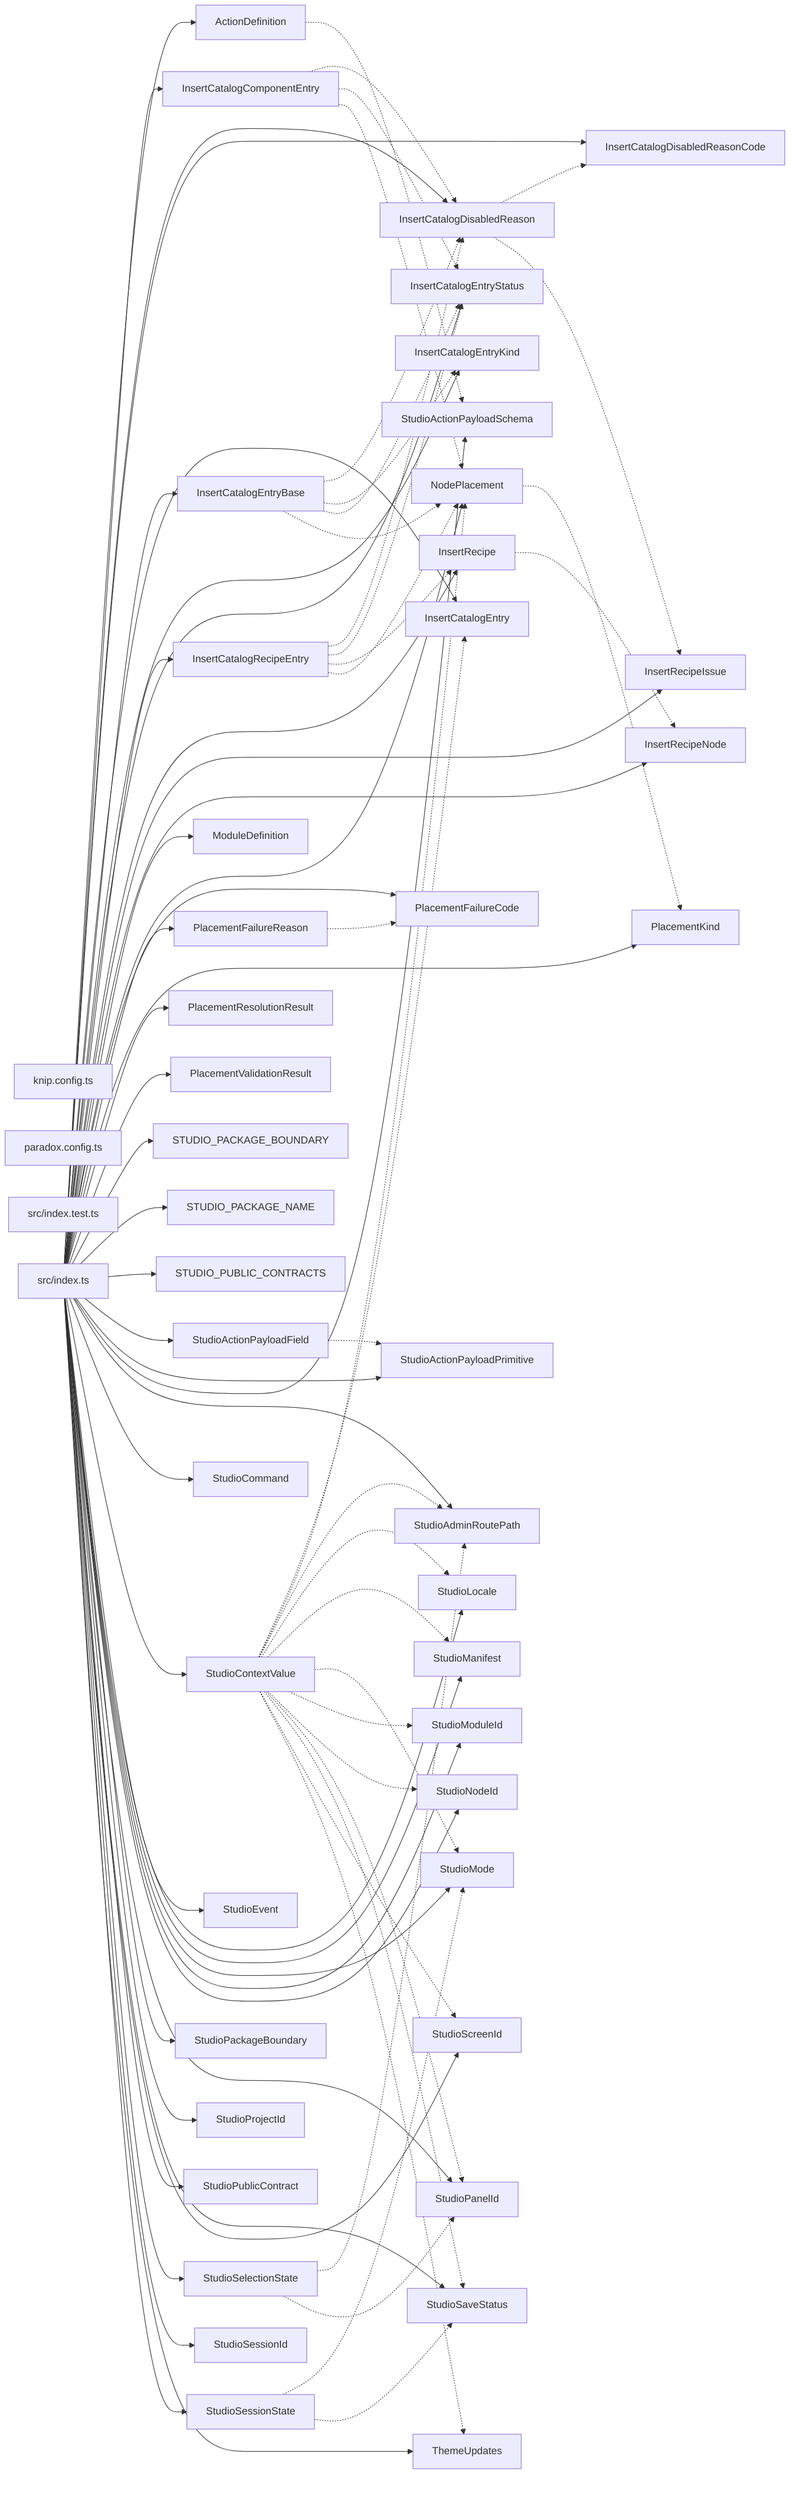
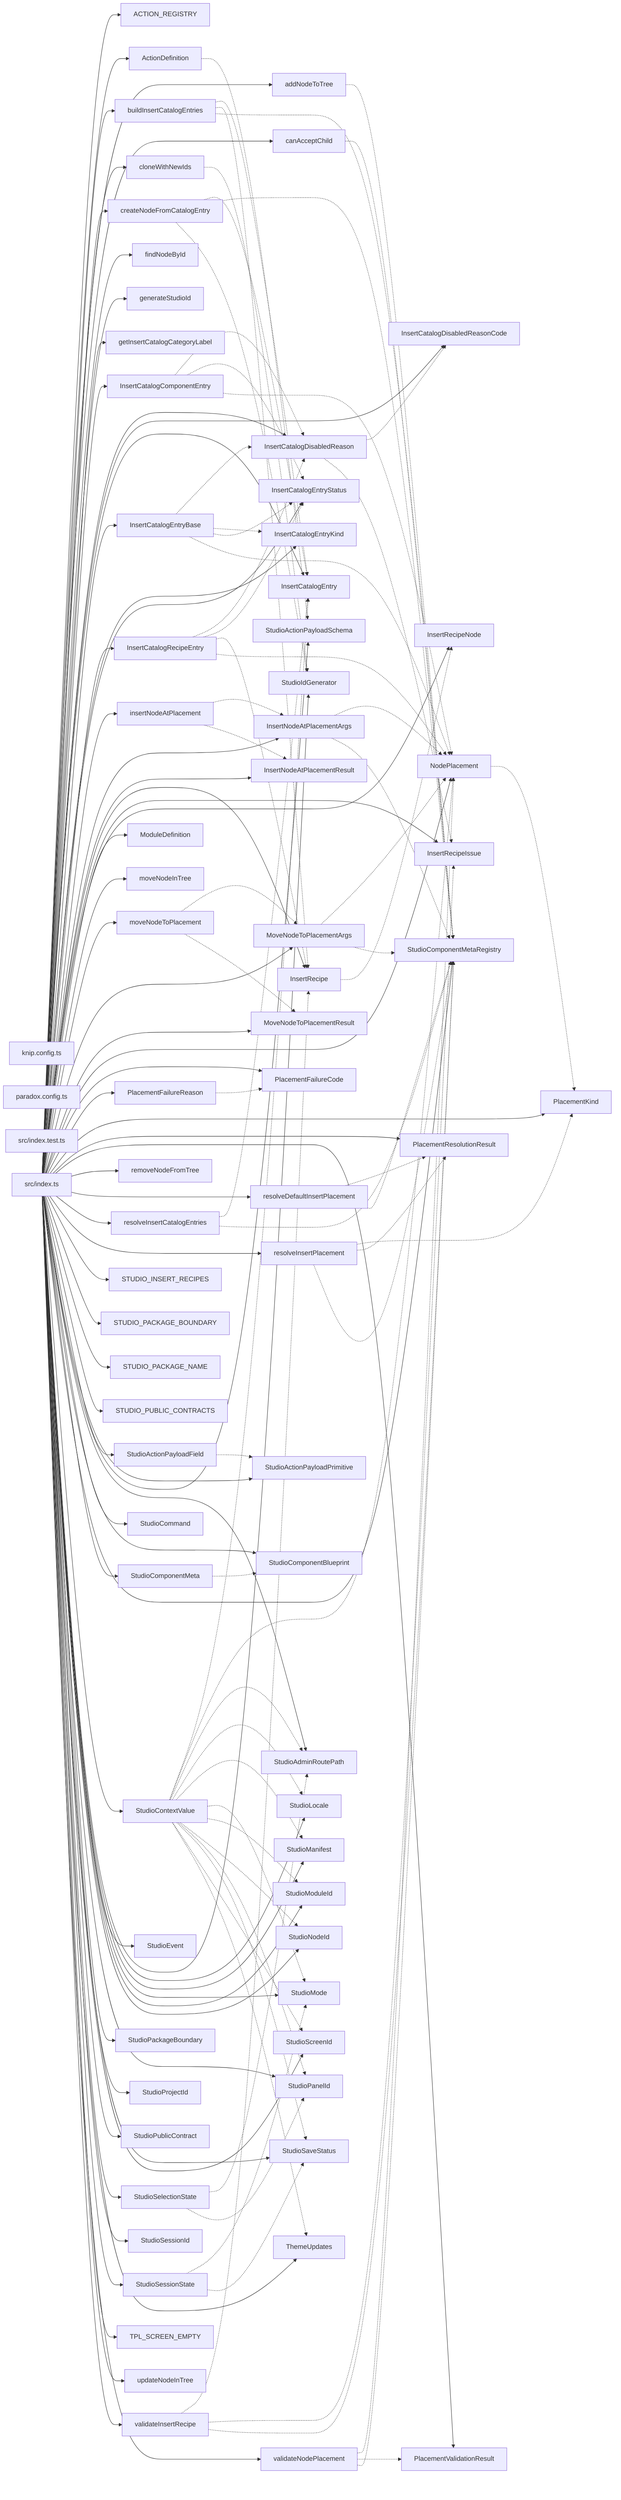
graph LR
  module_knip_config_ts["knip.config.ts"]
  module_paradox_config_ts["paradox.config.ts"]
  module_src_index_test_ts["src/index.test.ts"]
  module_src_index_ts["src/index.ts"]
+   export_ACTION_REGISTRY["ACTION_REGISTRY"]
+   module_src_index_ts --> export_ACTION_REGISTRY
  export_ActionDefinition["ActionDefinition"]
  module_src_index_ts --> export_ActionDefinition
  export_ActionDefinition -.-> export_StudioActionPayloadSchema
+   export_addNodeToTree["addNodeToTree"]
+   module_src_index_ts --> export_addNodeToTree
+   export_addNodeToTree -.-> export_StudioComponentMetaRegistry
+   export_buildInsertCatalogEntries["buildInsertCatalogEntries"]
+   module_src_index_ts --> export_buildInsertCatalogEntries
+   export_buildInsertCatalogEntries -.-> export_InsertCatalogEntry
+   export_buildInsertCatalogEntries -.-> export_InsertRecipe
+   export_buildInsertCatalogEntries -.-> export_StudioComponentMetaRegistry
+   export_canAcceptChild["canAcceptChild"]
+   module_src_index_ts --> export_canAcceptChild
+   export_canAcceptChild -.-> export_StudioComponentMetaRegistry
+   export_cloneWithNewIds["cloneWithNewIds"]
+   module_src_index_ts --> export_cloneWithNewIds
+   export_cloneWithNewIds -.-> export_StudioIdGenerator
+   export_createNodeFromCatalogEntry["createNodeFromCatalogEntry"]
+   module_src_index_ts --> export_createNodeFromCatalogEntry
+   export_createNodeFromCatalogEntry -.-> export_InsertCatalogEntry
+   export_createNodeFromCatalogEntry -.-> export_StudioComponentMetaRegistry
+   export_createNodeFromCatalogEntry -.-> export_StudioIdGenerator
+   export_findNodeById["findNodeById"]
+   module_src_index_ts --> export_findNodeById
+   export_generateStudioId["generateStudioId"]
+   module_src_index_ts --> export_generateStudioId
+   export_getInsertCatalogCategoryLabel["getInsertCatalogCategoryLabel"]
+   module_src_index_ts --> export_getInsertCatalogCategoryLabel
  export_InsertCatalogComponentEntry["InsertCatalogComponentEntry"]
  module_src_index_ts --> export_InsertCatalogComponentEntry
  export_InsertCatalogComponentEntry -.-> export_InsertCatalogDisabledReason
  export_InsertCatalogComponentEntry -.-> export_InsertCatalogEntryStatus
  export_InsertCatalogComponentEntry -.-> export_NodePlacement
  export_InsertCatalogDisabledReason["InsertCatalogDisabledReason"]
  module_src_index_ts --> export_InsertCatalogDisabledReason
  export_InsertCatalogDisabledReason -.-> export_InsertCatalogDisabledReasonCode
  export_InsertCatalogDisabledReason -.-> export_InsertRecipeIssue
  export_InsertCatalogDisabledReasonCode["InsertCatalogDisabledReasonCode"]
  module_src_index_ts --> export_InsertCatalogDisabledReasonCode
  export_InsertCatalogEntry["InsertCatalogEntry"]
  module_src_index_ts --> export_InsertCatalogEntry
  export_InsertCatalogEntryBase["InsertCatalogEntryBase"]
  module_src_index_ts --> export_InsertCatalogEntryBase
  export_InsertCatalogEntryBase -.-> export_InsertCatalogDisabledReason
  export_InsertCatalogEntryBase -.-> export_InsertCatalogEntryKind
  export_InsertCatalogEntryBase -.-> export_InsertCatalogEntryStatus
  export_InsertCatalogEntryBase -.-> export_NodePlacement
  export_InsertCatalogEntryKind["InsertCatalogEntryKind"]
  module_src_index_ts --> export_InsertCatalogEntryKind
  export_InsertCatalogEntryStatus["InsertCatalogEntryStatus"]
  module_src_index_ts --> export_InsertCatalogEntryStatus
  export_InsertCatalogRecipeEntry["InsertCatalogRecipeEntry"]
  module_src_index_ts --> export_InsertCatalogRecipeEntry
  export_InsertCatalogRecipeEntry -.-> export_InsertCatalogDisabledReason
  export_InsertCatalogRecipeEntry -.-> export_InsertCatalogEntryStatus
  export_InsertCatalogRecipeEntry -.-> export_InsertRecipe
  export_InsertCatalogRecipeEntry -.-> export_NodePlacement
+   export_insertNodeAtPlacement["insertNodeAtPlacement"]
+   module_src_index_ts --> export_insertNodeAtPlacement
+   export_insertNodeAtPlacement -.-> export_InsertNodeAtPlacementArgs
+   export_insertNodeAtPlacement -.-> export_InsertNodeAtPlacementResult
+   export_InsertNodeAtPlacementArgs["InsertNodeAtPlacementArgs"]
+   module_src_index_ts --> export_InsertNodeAtPlacementArgs
+   export_InsertNodeAtPlacementArgs -.-> export_NodePlacement
+   export_InsertNodeAtPlacementArgs -.-> export_StudioComponentMetaRegistry
+   export_InsertNodeAtPlacementResult["InsertNodeAtPlacementResult"]
+   module_src_index_ts --> export_InsertNodeAtPlacementResult
  export_InsertRecipe["InsertRecipe"]
  module_src_index_ts --> export_InsertRecipe
  export_InsertRecipe -.-> export_InsertRecipeNode
  export_InsertRecipeIssue["InsertRecipeIssue"]
  module_src_index_ts --> export_InsertRecipeIssue
  export_InsertRecipeNode["InsertRecipeNode"]
  module_src_index_ts --> export_InsertRecipeNode
  export_ModuleDefinition["ModuleDefinition"]
  module_src_index_ts --> export_ModuleDefinition
+   export_moveNodeInTree["moveNodeInTree"]
+   module_src_index_ts --> export_moveNodeInTree
+   export_moveNodeToPlacement["moveNodeToPlacement"]
+   module_src_index_ts --> export_moveNodeToPlacement
+   export_moveNodeToPlacement -.-> export_MoveNodeToPlacementArgs
+   export_moveNodeToPlacement -.-> export_MoveNodeToPlacementResult
+   export_MoveNodeToPlacementArgs["MoveNodeToPlacementArgs"]
+   module_src_index_ts --> export_MoveNodeToPlacementArgs
+   export_MoveNodeToPlacementArgs -.-> export_NodePlacement
+   export_MoveNodeToPlacementArgs -.-> export_StudioComponentMetaRegistry
+   export_MoveNodeToPlacementResult["MoveNodeToPlacementResult"]
+   module_src_index_ts --> export_MoveNodeToPlacementResult
  export_NodePlacement["NodePlacement"]
  module_src_index_ts --> export_NodePlacement
  export_NodePlacement -.-> export_PlacementKind
  export_PlacementFailureCode["PlacementFailureCode"]
  module_src_index_ts --> export_PlacementFailureCode
  export_PlacementFailureReason["PlacementFailureReason"]
  module_src_index_ts --> export_PlacementFailureReason
  export_PlacementFailureReason -.-> export_PlacementFailureCode
  export_PlacementKind["PlacementKind"]
  module_src_index_ts --> export_PlacementKind
  export_PlacementResolutionResult["PlacementResolutionResult"]
  module_src_index_ts --> export_PlacementResolutionResult
  export_PlacementValidationResult["PlacementValidationResult"]
  module_src_index_ts --> export_PlacementValidationResult
+   export_removeNodeFromTree["removeNodeFromTree"]
+   module_src_index_ts --> export_removeNodeFromTree
+   export_resolveDefaultInsertPlacement["resolveDefaultInsertPlacement"]
+   module_src_index_ts --> export_resolveDefaultInsertPlacement
+   export_resolveDefaultInsertPlacement -.-> export_PlacementResolutionResult
+   export_resolveDefaultInsertPlacement -.-> export_StudioComponentMetaRegistry
+   export_resolveInsertCatalogEntries["resolveInsertCatalogEntries"]
+   module_src_index_ts --> export_resolveInsertCatalogEntries
+   export_resolveInsertCatalogEntries -.-> export_InsertCatalogEntry
+   export_resolveInsertCatalogEntries -.-> export_StudioComponentMetaRegistry
+   export_resolveInsertPlacement["resolveInsertPlacement"]
+   module_src_index_ts --> export_resolveInsertPlacement
+   export_resolveInsertPlacement -.-> export_PlacementKind
+   export_resolveInsertPlacement -.-> export_PlacementResolutionResult
+   export_resolveInsertPlacement -.-> export_StudioComponentMetaRegistry
+   export_STUDIO_INSERT_RECIPES["STUDIO_INSERT_RECIPES"]
+   module_src_index_ts --> export_STUDIO_INSERT_RECIPES
  export_STUDIO_PACKAGE_BOUNDARY["STUDIO_PACKAGE_BOUNDARY"]
  module_src_index_ts --> export_STUDIO_PACKAGE_BOUNDARY
  export_STUDIO_PACKAGE_NAME["STUDIO_PACKAGE_NAME"]
  module_src_index_ts --> export_STUDIO_PACKAGE_NAME
  export_STUDIO_PUBLIC_CONTRACTS["STUDIO_PUBLIC_CONTRACTS"]
  module_src_index_ts --> export_STUDIO_PUBLIC_CONTRACTS
  export_StudioActionPayloadField["StudioActionPayloadField"]
  module_src_index_ts --> export_StudioActionPayloadField
  export_StudioActionPayloadField -.-> export_StudioActionPayloadPrimitive
  export_StudioActionPayloadPrimitive["StudioActionPayloadPrimitive"]
  module_src_index_ts --> export_StudioActionPayloadPrimitive
  export_StudioActionPayloadSchema["StudioActionPayloadSchema"]
  module_src_index_ts --> export_StudioActionPayloadSchema
  export_StudioAdminRoutePath["StudioAdminRoutePath"]
  module_src_index_ts --> export_StudioAdminRoutePath
  export_StudioCommand["StudioCommand"]
  module_src_index_ts --> export_StudioCommand
+   export_StudioComponentBlueprint["StudioComponentBlueprint"]
+   module_src_index_ts --> export_StudioComponentBlueprint
+   export_StudioComponentMeta["StudioComponentMeta"]
+   module_src_index_ts --> export_StudioComponentMeta
+   export_StudioComponentMeta -.-> export_StudioComponentBlueprint
+   export_StudioComponentMetaRegistry["StudioComponentMetaRegistry"]
+   module_src_index_ts --> export_StudioComponentMetaRegistry
  export_StudioContextValue["StudioContextValue"]
  module_src_index_ts --> export_StudioContextValue
  export_StudioContextValue -.-> export_InsertCatalogEntry
  export_StudioContextValue -.-> export_NodePlacement
  export_StudioContextValue -.-> export_StudioAdminRoutePath
  export_StudioContextValue -.-> export_StudioLocale
  export_StudioContextValue -.-> export_StudioManifest
  export_StudioContextValue -.-> export_StudioMode
  export_StudioContextValue -.-> export_StudioModuleId
  export_StudioContextValue -.-> export_StudioNodeId
  export_StudioContextValue -.-> export_StudioPanelId
  export_StudioContextValue -.-> export_StudioSaveStatus
  export_StudioContextValue -.-> export_StudioScreenId
  export_StudioContextValue -.-> export_ThemeUpdates
  export_StudioEvent["StudioEvent"]
  module_src_index_ts --> export_StudioEvent
+   export_StudioIdGenerator["StudioIdGenerator"]
+   module_src_index_ts --> export_StudioIdGenerator
  export_StudioLocale["StudioLocale"]
  module_src_index_ts --> export_StudioLocale
  export_StudioManifest["StudioManifest"]
  module_src_index_ts --> export_StudioManifest
  export_StudioMode["StudioMode"]
  module_src_index_ts --> export_StudioMode
  export_StudioModuleId["StudioModuleId"]
  module_src_index_ts --> export_StudioModuleId
  export_StudioNodeId["StudioNodeId"]
  module_src_index_ts --> export_StudioNodeId
  export_StudioPackageBoundary["StudioPackageBoundary"]
  module_src_index_ts --> export_StudioPackageBoundary
  export_StudioPanelId["StudioPanelId"]
  module_src_index_ts --> export_StudioPanelId
  export_StudioProjectId["StudioProjectId"]
  module_src_index_ts --> export_StudioProjectId
  export_StudioPublicContract["StudioPublicContract"]
  module_src_index_ts --> export_StudioPublicContract
  export_StudioSaveStatus["StudioSaveStatus"]
  module_src_index_ts --> export_StudioSaveStatus
  export_StudioScreenId["StudioScreenId"]
  module_src_index_ts --> export_StudioScreenId
  export_StudioSelectionState["StudioSelectionState"]
  module_src_index_ts --> export_StudioSelectionState
  export_StudioSelectionState -.-> export_StudioAdminRoutePath
  export_StudioSelectionState -.-> export_StudioPanelId
  export_StudioSessionId["StudioSessionId"]
  module_src_index_ts --> export_StudioSessionId
  export_StudioSessionState["StudioSessionState"]
  module_src_index_ts --> export_StudioSessionState
  export_StudioSessionState -.-> export_StudioMode
  export_StudioSessionState -.-> export_StudioSaveStatus
  export_ThemeUpdates["ThemeUpdates"]
  module_src_index_ts --> export_ThemeUpdates
+   export_TPL_SCREEN_EMPTY["TPL_SCREEN_EMPTY"]
+   module_src_index_ts --> export_TPL_SCREEN_EMPTY
+   export_updateNodeInTree["updateNodeInTree"]
+   module_src_index_ts --> export_updateNodeInTree
+   export_validateInsertRecipe["validateInsertRecipe"]
+   module_src_index_ts --> export_validateInsertRecipe
+   export_validateInsertRecipe -.-> export_InsertRecipe
+   export_validateInsertRecipe -.-> export_InsertRecipeIssue
+   export_validateInsertRecipe -.-> export_StudioComponentMetaRegistry
+   export_validateNodePlacement["validateNodePlacement"]
+   module_src_index_ts --> export_validateNodePlacement
+   export_validateNodePlacement -.-> export_NodePlacement
+   export_validateNodePlacement -.-> export_PlacementValidationResult
+   export_validateNodePlacement -.-> export_StudioComponentMetaRegistry
